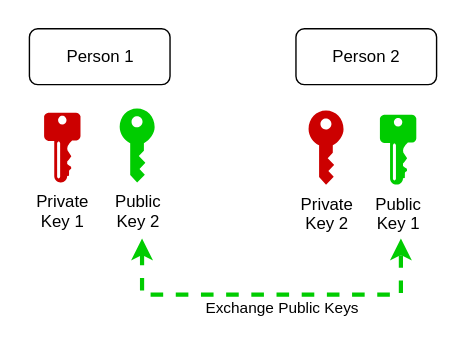
Earlier version of the draw.io export images/rsa_4.svg (ebd622/docs). Source tidied: cells renumbered, new cells last; positions are measured from the earlier drawing's top-left corner, leaving out a move shared by most shapes.
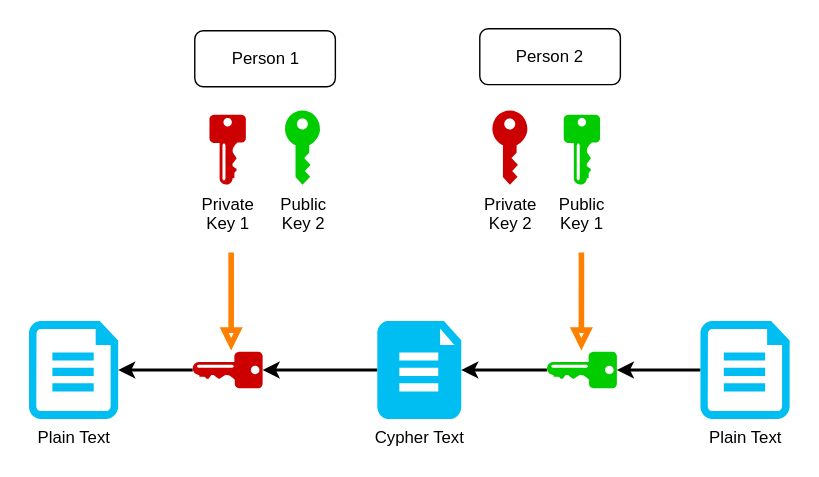
After the change.

Change to the diagram source:
```diff
@@ -3,37 +3,69 @@
     <mxCell id="0" />
     <mxCell id="1" parent="0" />
     <mxCell id="2" value="Person 1" style="rounded=1;whiteSpace=wrap;html=1;fontSize=12;glass=0;strokeWidth=1;shadow=0;" parent="1" vertex="1">
-      <mxGeometry x="-0.5" width="100.5" height="40" as="geometry" />
+      <mxGeometry x="38.5" y="991.5" width="100.5" height="40" as="geometry" />
     </mxCell>
     <mxCell id="3" value="Private&lt;br&gt;Key 1" style="sketch=0;shadow=0;dashed=0;html=1;strokeColor=none;labelPosition=center;verticalLabelPosition=bottom;verticalAlign=top;align=center;fillColor=#CC0000;shape=mxgraph.mscae.enterprise.key_permissions;" parent="1" vertex="1">
-      <mxGeometry x="10" y="60" width="26" height="50" as="geometry" />
+      <mxGeometry x="49" y="1051.5" width="26" height="50" as="geometry" />
     </mxCell>
     <mxCell id="4" value="Public&lt;br&gt;Key 1" style="sketch=0;shadow=0;dashed=0;html=1;strokeColor=none;labelPosition=center;verticalLabelPosition=bottom;verticalAlign=top;align=center;fillColor=#00CC00;shape=mxgraph.mscae.enterprise.key_permissions;gradientColor=none;" parent="1" vertex="1">
-      <mxGeometry x="250" y="61.5" width="26" height="50" as="geometry" />
+      <mxGeometry x="302.2" y="1051.5" width="26" height="50" as="geometry" />
     </mxCell>
     <mxCell id="5" value="Private&lt;br&gt;Key 2" style="sketch=0;shadow=0;dashed=0;html=1;strokeColor=none;labelPosition=center;verticalLabelPosition=bottom;verticalAlign=top;align=center;shape=mxgraph.office.security.key_permissions;fillColor=#CC0000;" parent="1" vertex="1">
-      <mxGeometry x="199" y="58.5" width="25" height="53" as="geometry" />
+      <mxGeometry x="251.2" y="1048.5" width="25" height="53" as="geometry" />
     </mxCell>
     <mxCell id="6" value="Public&lt;br&gt;Key 2" style="sketch=0;shadow=0;dashed=0;html=1;strokeColor=none;labelPosition=center;verticalLabelPosition=bottom;verticalAlign=top;align=center;shape=mxgraph.office.security.key_permissions;fillColor=#00CC00;" parent="1" vertex="1">
-      <mxGeometry x="64" y="57" width="25" height="53" as="geometry" />
+      <mxGeometry x="103" y="1048.5" width="25" height="53" as="geometry" />
     </mxCell>
     <mxCell id="7" value="Person 2" style="rounded=1;whiteSpace=wrap;html=1;fontSize=12;glass=0;strokeWidth=1;shadow=0;" parent="1" vertex="1">
-      <mxGeometry x="190" width="100.5" height="40" as="geometry" />
+      <mxGeometry x="242.2" y="990" width="100.5" height="40" as="geometry" />
     </mxCell>
-    <mxCell id="8" style="endArrow=classic;startArrow=classic;html=1;rounded=0;dashed=1;strokeColor=#00CC00;strokeWidth=3;" parent="1" edge="1">
-      <mxGeometry relative="1" as="geometry">
-        <mxPoint x="80" y="150" as="sourcePoint" />
-        <mxPoint x="265" y="150" as="targetPoint" />
-        <Array as="points">
-          <mxPoint x="80" y="190" />
-          <mxPoint x="265" y="190" />
-        </Array>
-      </mxGeometry>
+    <mxCell id="8" value="Plain Text" style="verticalLabelPosition=bottom;html=1;verticalAlign=top;align=center;strokeColor=none;fillColor=#00BEF2;shape=mxgraph.azure.file;" parent="1" vertex="1">
+      <mxGeometry x="-80" y="1199" width="63.8" height="70" as="geometry" />
     </mxCell>
-    <mxCell id="9" value="&amp;nbsp;Exchange Public Keys&amp;nbsp;" style="edgeLabel;html=1;align=center;verticalAlign=middle;" parent="8" vertex="1">
-      <mxGeometry x="0.05" relative="1" as="geometry">
-        <mxPoint y="10" as="offset" />
-      </mxGeometry>
+    <mxCell id="9" style="edgeStyle=orthogonalEdgeStyle;rounded=0;jettySize=auto;html=1;strokeColor=#000000;strokeWidth=2;endArrow=classic;endFill=1;" parent="1" edge="1" source="10" target="16">
+      <mxGeometry relative="1" as="geometry" />
     </mxCell>
+    <mxCell id="10" value="Cypher Text" style="verticalLabelPosition=bottom;html=1;verticalAlign=top;align=center;strokeColor=none;fillColor=#00BEF2;shape=mxgraph.azure.file_2;" parent="1" vertex="1">
+      <mxGeometry x="169" y="1199" width="60" height="70" as="geometry" />
+    </mxCell>
+    <mxCell id="11" style="edgeStyle=orthogonalEdgeStyle;rounded=0;jettySize=auto;html=1;strokeColor=#000000;strokeWidth=2;endArrow=classic;endFill=1;" parent="1" edge="1" source="12" target="14">
+      <mxGeometry relative="1" as="geometry" />
+    </mxCell>
+    <mxCell id="12" value="Plain Text" style="verticalLabelPosition=bottom;html=1;verticalAlign=top;align=center;strokeColor=none;fillColor=#00BEF2;shape=mxgraph.azure.file;" parent="1" vertex="1">
+      <mxGeometry x="400" y="1199" width="63.8" height="70" as="geometry" />
+    </mxCell>
+    <mxCell id="13" style="edgeStyle=orthogonalEdgeStyle;rounded=0;jettySize=auto;html=1;strokeColor=#000000;strokeWidth=2;endArrow=classic;endFill=1;" parent="1" edge="1" source="14" target="10">
+      <mxGeometry relative="1" as="geometry" />
+    </mxCell>
+    <mxCell id="14" style="sketch=0;shadow=0;dashed=0;html=1;strokeColor=none;labelPosition=center;verticalLabelPosition=bottom;verticalAlign=top;align=center;fillColor=#00CC00;shape=mxgraph.mscae.enterprise.key_permissions;gradientColor=none;rotation=90;" parent="1" vertex="1">
+      <mxGeometry x="302.2" y="1209" width="26" height="50" as="geometry" />
+    </mxCell>
+    <mxCell id="15" style="edgeStyle=orthogonalEdgeStyle;rounded=0;jettySize=auto;html=1;strokeColor=#000000;strokeWidth=2;endArrow=classic;endFill=1;" parent="1" edge="1" source="16" target="8">
+      <mxGeometry relative="1" as="geometry" />
+    </mxCell>
+    <mxCell id="16" style="sketch=0;shadow=0;dashed=0;html=1;strokeColor=none;labelPosition=center;verticalLabelPosition=bottom;verticalAlign=top;align=center;fillColor=#CC0000;shape=mxgraph.mscae.enterprise.key_permissions;rotation=90;" parent="1" vertex="1">
+      <mxGeometry x="49" y="1209" width="26" height="50" as="geometry" />
+    </mxCell>
+    <mxCell id="17" style="edgeStyle=orthogonalEdgeStyle;rounded=0;orthogonalLoop=1;jettySize=auto;html=1;strokeColor=#FF8000;strokeWidth=4;endArrow=block;endFill=0;" parent="1" edge="1">
+      <mxGeometry relative="1" as="geometry">
+        <mxPoint x="314.9" y="1150" as="sourcePoint" />
+        <mxPoint x="314.9" y="1220" as="targetPoint" />
+        <Array as="points">
+          <mxPoint x="314.9" y="1160" />
+          <mxPoint x="314.9" y="1160" />
+        </Array>
+      </mxGeometry>
+    </mxCell>
+    <mxCell id="18" style="edgeStyle=orthogonalEdgeStyle;rounded=0;orthogonalLoop=1;jettySize=auto;html=1;strokeColor=#FF8000;strokeWidth=4;endArrow=block;endFill=0;" parent="1" edge="1">
+      <mxGeometry relative="1" as="geometry">
+        <mxPoint x="64.5" y="1150" as="sourcePoint" />
+        <mxPoint x="64.5" y="1220" as="targetPoint" />
+        <Array as="points">
+          <mxPoint x="64.6" y="1170" />
+          <mxPoint x="64.6" y="1170" />
+        </Array>
+      </mxGeometry>
+    </mxCell>
   </root>
 </mxGraphModel>
```
